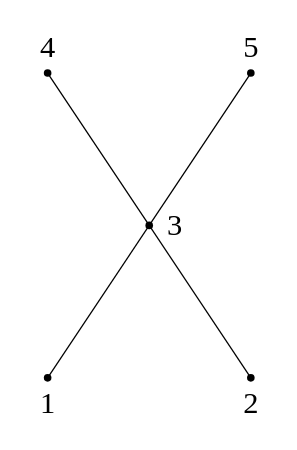
Before: page "1-16" (4 of 8) of exercise/chapter6/chapter6.drawio in Zebray03/discrete-mathematics-structure, a draw.io diagram. Source tidied: cells renumbered, new cells numbered last; positions are measured from the earlier drawing's top-left corner, leaving out a move shared by most shapes. Both pictures are drawn from the tidied source at 127%, with x=0, y=0 at pixel (22, 22).
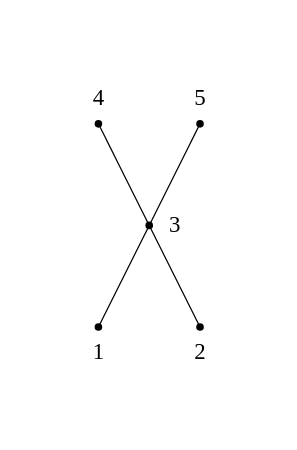
Above is the later version.

The edit, as a diff of the source:
```diff
@@
 <mxGraphModel>
   <root>
     <mxCell id="0" />
     <mxCell id="1" parent="0" />
     <mxCell id="2" style="shape=waypoint;sketch=0;fillStyle=solid;size=6;fillColor=none;perimeter=centerPerimeter;" parent="1" vertex="1">
-      <mxGeometry x="170" y="30" width="20" height="20" as="geometry" />
+      <mxGeometry x="130" y="70" width="20" height="20" as="geometry" />
     </mxCell>
     <mxCell id="3" style="shape=waypoint;sketch=0;fillStyle=solid;size=6;points=[];fillColor=none;perimeter=centerPerimeter;snapToPoint=1;" parent="1" vertex="1">
-      <mxGeometry x="10" y="30" width="20" height="20" as="geometry" />
+      <mxGeometry x="50" y="70" width="20" height="20" as="geometry" />
     </mxCell>
     <mxCell id="4" style="shape=waypoint;sketch=0;fillStyle=solid;size=6;points=[];fillColor=none;perimeter=centerPerimeter;snapToPoint=1;" parent="1" vertex="1">
       <mxGeometry x="90" y="150" width="20" height="20" as="geometry" />
     </mxCell>
     <mxCell id="5" style="shape=waypoint;sketch=0;fillStyle=solid;size=6;points=[];fillColor=none;perimeter=centerPerimeter;snapToPoint=1;" parent="1" vertex="1">
-      <mxGeometry x="10" y="270" width="20" height="20" as="geometry" />
+      <mxGeometry x="50" y="230" width="20" height="20" as="geometry" />
     </mxCell>
     <mxCell id="6" style="shape=waypoint;sketch=0;fillStyle=solid;size=6;points=[];fillColor=none;perimeter=centerPerimeter;snapToPoint=1;" parent="1" vertex="1">
-      <mxGeometry x="170" y="270" width="20" height="20" as="geometry" />
+      <mxGeometry x="130" y="230" width="20" height="20" as="geometry" />
     </mxCell>
-    <mxCell id="7" style="endArrow=none;html=1;rounded=0;" parent="1" edge="1" source="5">
-      <mxGeometry relative="1" as="geometry">
-        <mxPoint x="100" y="160" as="targetPoint" />
-      </mxGeometry>
-    </mxCell>
-    <mxCell id="8" style="endArrow=none;html=1;rounded=0;" parent="1" edge="1">
-      <mxGeometry relative="1" as="geometry">
-        <mxPoint x="100" y="160" as="sourcePoint" />
-        <mxPoint x="180" y="40" as="targetPoint" />
-      </mxGeometry>
-    </mxCell>
-    <mxCell id="9" style="endArrow=none;html=1;rounded=0;" parent="1" edge="1" target="3">
-      <mxGeometry relative="1" as="geometry">
-        <mxPoint x="100" y="160" as="sourcePoint" />
-      </mxGeometry>
-    </mxCell>
-    <mxCell id="10" style="endArrow=none;html=1;rounded=0;" parent="1" edge="1" target="6">
-      <mxGeometry relative="1" as="geometry">
-        <mxPoint x="100" y="160" as="sourcePoint" />
-      </mxGeometry>
-    </mxCell>
-    <mxCell id="11" value="&lt;font face=&quot;Times New Roman&quot; style=&quot;font-size: 24px;&quot;&gt;1&lt;/font&gt;" style="text;html=1;align=center;verticalAlign=middle;strokeColor=none;fillColor=none;" parent="1" vertex="1">
-      <mxGeometry y="280" width="40" height="40" as="geometry" />
+    <mxCell id="11" value="&lt;font face=&quot;Times New Roman&quot; style=&quot;font-size: 18px;&quot;&gt;1&lt;/font&gt;" style="text;html=1;align=center;verticalAlign=middle;strokeColor=none;fillColor=none;" parent="1" vertex="1">
+      <mxGeometry x="45" y="240" width="30" height="40" as="geometry" />
     </mxCell>
-    <mxCell id="12" value="&lt;font face=&quot;Times New Roman&quot; style=&quot;font-size: 24px;&quot;&gt;2&lt;/font&gt;" style="text;html=1;align=center;verticalAlign=middle;strokeColor=none;fillColor=none;" parent="1" vertex="1">
-      <mxGeometry x="160" y="280" width="40" height="40" as="geometry" />
+    <mxCell id="12" value="&lt;font face=&quot;Times New Roman&quot; style=&quot;font-size: 18px;&quot;&gt;2&lt;/font&gt;" style="text;html=1;align=center;verticalAlign=middle;strokeColor=none;fillColor=none;" parent="1" vertex="1">
+      <mxGeometry x="125" y="240" width="30" height="40" as="geometry" />
     </mxCell>
-    <mxCell id="13" value="&lt;font face=&quot;Times New Roman&quot; style=&quot;font-size: 24px;&quot;&gt;3&lt;/font&gt;" style="text;html=1;align=center;verticalAlign=middle;strokeColor=none;fillColor=none;" parent="1" vertex="1">
-      <mxGeometry x="100" y="140" width="40" height="40" as="geometry" />
+    <mxCell id="13" value="&lt;font face=&quot;Times New Roman&quot; style=&quot;font-size: 18px;&quot;&gt;3&lt;/font&gt;" style="text;html=1;align=center;verticalAlign=middle;strokeColor=none;fillColor=none;" parent="1" vertex="1">
+      <mxGeometry x="105" y="140" width="30" height="40" as="geometry" />
     </mxCell>
-    <mxCell id="14" value="&lt;font face=&quot;Times New Roman&quot;&gt;&lt;span style=&quot;font-size: 24px;&quot;&gt;5&lt;/span&gt;&lt;/font&gt;" style="text;html=1;align=center;verticalAlign=middle;strokeColor=none;fillColor=none;" parent="1" vertex="1">
-      <mxGeometry x="160" width="40" height="40" as="geometry" />
+    <mxCell id="14" value="&lt;font style=&quot;font-size: 18px;&quot; face=&quot;Times New Roman&quot;&gt;5&lt;/font&gt;" style="text;html=1;align=center;verticalAlign=middle;strokeColor=none;fillColor=none;" parent="1" vertex="1">
+      <mxGeometry x="125" y="40" width="30" height="40" as="geometry" />
     </mxCell>
-    <mxCell id="15" value="&lt;font face=&quot;Times New Roman&quot;&gt;&lt;span style=&quot;font-size: 24px;&quot;&gt;4&lt;/span&gt;&lt;/font&gt;" style="text;html=1;align=center;verticalAlign=middle;strokeColor=none;fillColor=none;" parent="1" vertex="1">
-      <mxGeometry width="40" height="40" as="geometry" />
+    <mxCell id="15" value="&lt;font style=&quot;font-size: 18px;&quot; face=&quot;Times New Roman&quot;&gt;4&lt;/font&gt;" style="text;html=1;align=center;verticalAlign=middle;strokeColor=none;fillColor=none;" parent="1" vertex="1">
+      <mxGeometry x="45" y="40" width="30" height="40" as="geometry" />
     </mxCell>
+    <mxCell id="16" style="endArrow=none;html=1;rounded=0;" parent="1" edge="1" source="6" target="4">
+      <mxGeometry relative="1" as="geometry" />
+    </mxCell>
+    <mxCell id="17" style="endArrow=none;html=1;rounded=0;" parent="1" edge="1" source="5" target="4">
+      <mxGeometry relative="1" as="geometry" />
+    </mxCell>
+    <mxCell id="18" style="endArrow=none;html=1;rounded=0;" parent="1" edge="1">
+      <mxGeometry relative="1" as="geometry">
+        <mxPoint x="100" y="160" as="sourcePoint" />
+        <mxPoint x="140" y="80" as="targetPoint" />
+      </mxGeometry>
+    </mxCell>
+    <mxCell id="19" style="endArrow=none;html=1;rounded=0;" parent="1" edge="1">
+      <mxGeometry relative="1" as="geometry">
+        <mxPoint x="100" y="160" as="sourcePoint" />
+        <mxPoint x="60" y="80" as="targetPoint" />
+      </mxGeometry>
+    </mxCell>
   </root>
 </mxGraphModel>
```
